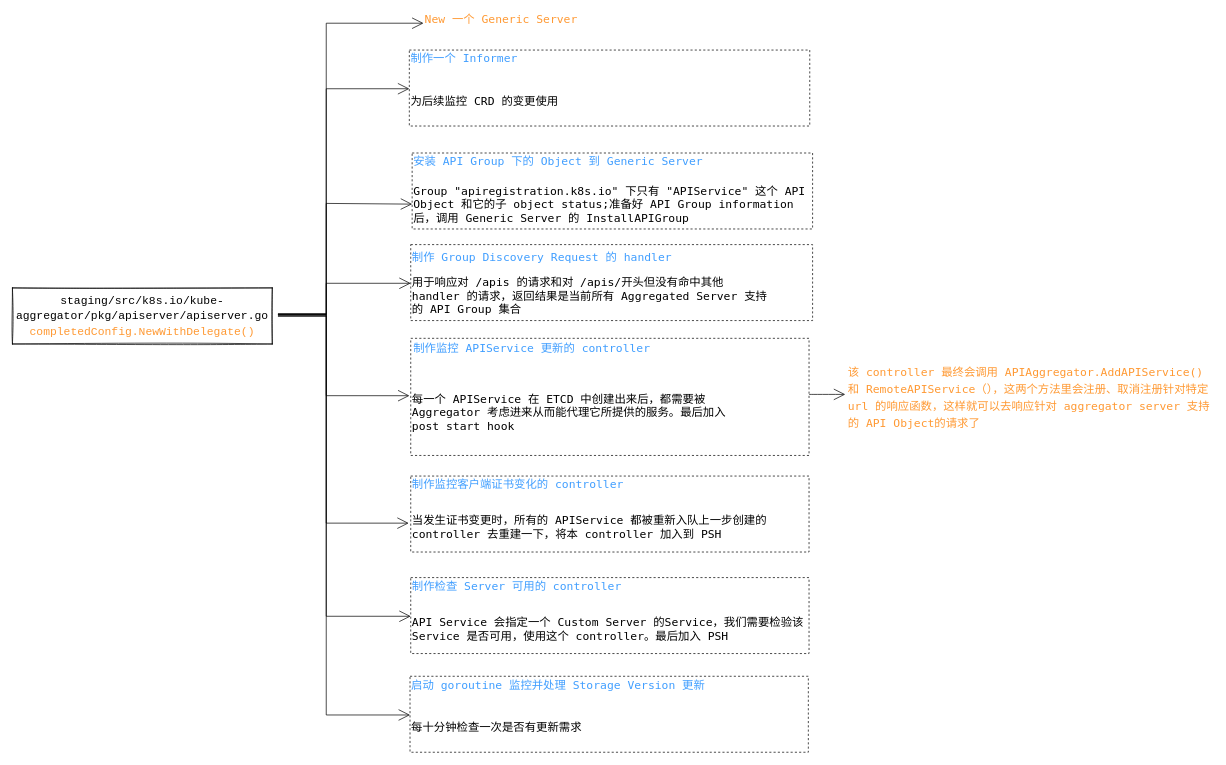
K8SCL/assets-repo keeps this draw.io diagram as k8scl/api-server/aggregator-server-instance-generate.drawio. Above is the earlier version. Source tidied: cells renumbered, new cells numbered last; positions are measured from the earlier drawing's top-left corner, leaving out a move shared by most shapes. Both pictures are drawn from the tidied source at 71%, with x=0, y=0 at pixel (12, 13).
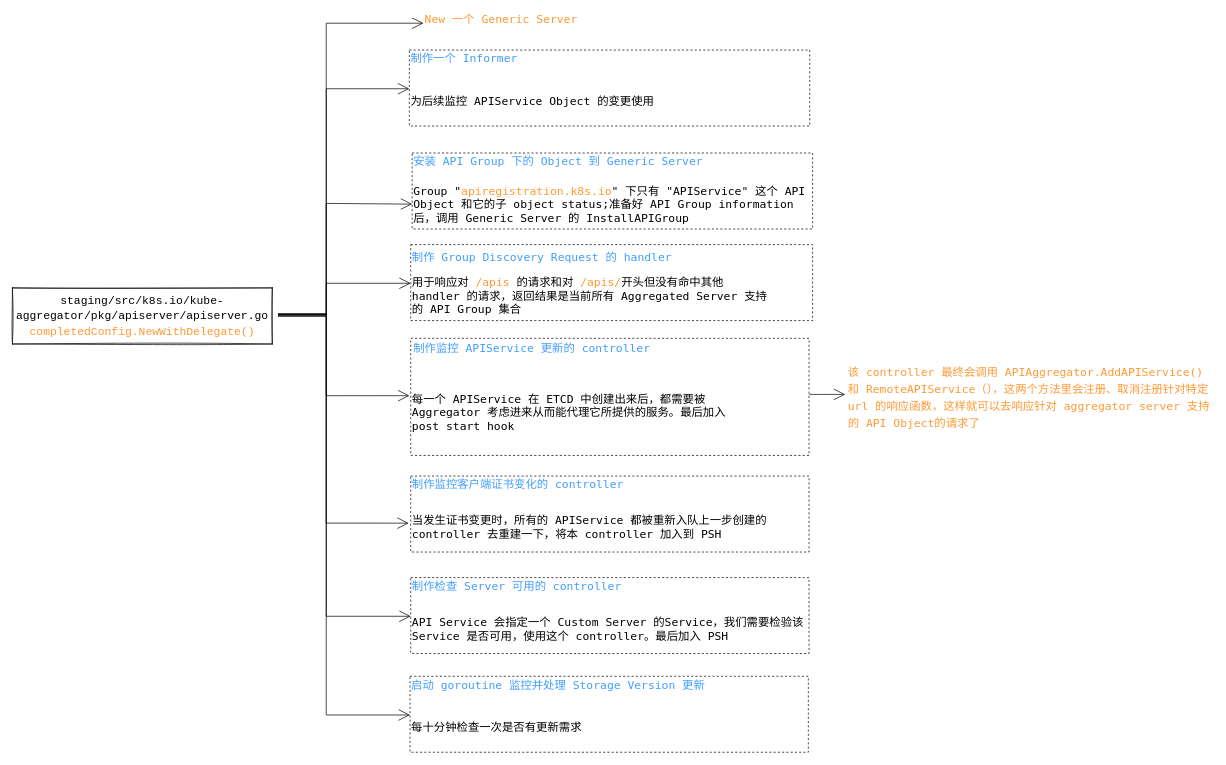
After the change.

Commit message (it also covers changes not shown here):
add file aggregator-server preparerun.drawio

The change refers to these unchanged cells:
```xml
<mxCell id="11" style="group;strokeColor=default;dashed=1;" parent="1" vertex="1">
  <mxGeometry x="563" y="196" width="564" height="107" as="geometry" />
</mxCell>
<mxCell id="14" style="group;strokeColor=default;dashed=1;" parent="1" vertex="1">
  <mxGeometry x="561" y="325" width="566" height="107" as="geometry" />
</mxCell>
<mxCell id="26" style="group;strokeColor=default;dashed=1;" parent="1" vertex="1">
  <mxGeometry x="559" y="51" width="564" height="107" as="geometry" />
</mxCell>
```

Change to the diagram source:
```diff
@@
-    <mxCell id="13" value="Group &quot;apiregistration.k8s.io&quot; 下只有 &quot;APIService&quot; 这个 API Object 和它的子 object status;准备好 API Group information 后，调用 Generic Server 的 InstallAPIGroup" style="text;strokeColor=none;fillColor=none;html=1;align=left;verticalAlign=middle;whiteSpace=wrap;rounded=0;sketch=1;hachureGap=4;fontFamily=Lucida Console;fontSize=16;fontColor=#000000;" parent="11" vertex="1">
+    <mxCell id="13" value="Group &quot;&lt;font color=&quot;#ff9933&quot;&gt;apiregistration.k8s.io&lt;/font&gt;&quot; 下只有 &quot;APIService&quot; 这个 API Object 和它的子 object status;准备好 API Group information 后，调用 Generic Server 的 InstallAPIGroup" style="text;strokeColor=none;fillColor=none;html=1;align=left;verticalAlign=middle;whiteSpace=wrap;rounded=0;sketch=1;hachureGap=4;fontFamily=Lucida Console;fontSize=16;fontColor=#000000;" parent="11" vertex="1">
       <mxGeometry y="37" width="562.9" height="70" as="geometry" />
     </mxCell>
@@
-    <mxCell id="16" value="用于响应对 /apis 的请求和对 /apis/开头但没有命中其他 handler 的请求，返回结果是当前所有 Aggregated Server 支持的 API Group 集合" style="text;strokeColor=none;fillColor=none;html=1;align=left;verticalAlign=middle;whiteSpace=wrap;rounded=0;sketch=1;hachureGap=4;fontFamily=Lucida Console;fontSize=16;fontColor=#000000;" parent="14" vertex="1">
+    <mxCell id="16" value="用于响应对 &lt;font color=&quot;#ff9933&quot;&gt;/apis&lt;/font&gt; 的请求和对 &lt;font color=&quot;#ff9933&quot;&gt;/apis/&lt;/font&gt;开头但没有命中其他 handler 的请求，返回结果是当前所有 Aggregated Server 支持的 API Group 集合" style="text;strokeColor=none;fillColor=none;html=1;align=left;verticalAlign=middle;whiteSpace=wrap;rounded=0;sketch=1;hachureGap=4;fontFamily=Lucida Console;fontSize=16;fontColor=#000000;" parent="14" vertex="1">
       <mxGeometry y="37" width="510.5" height="70" as="geometry" />
     </mxCell>
@@
-    <mxCell id="28" value="为后续监控 CRD 的变更使用" style="text;strokeColor=none;fillColor=none;html=1;align=left;verticalAlign=middle;whiteSpace=wrap;rounded=0;sketch=1;hachureGap=4;fontFamily=Lucida Console;fontSize=16;fontColor=#000000;" parent="26" vertex="1">
+    <mxCell id="28" value="为后续监控 APIService Object 的变更使用" style="text;strokeColor=none;fillColor=none;html=1;align=left;verticalAlign=middle;whiteSpace=wrap;rounded=0;sketch=1;hachureGap=4;fontFamily=Lucida Console;fontSize=16;fontColor=#000000;" parent="26" vertex="1">
       <mxGeometry y="37" width="562.9" height="70" as="geometry" />
     </mxCell>
```
